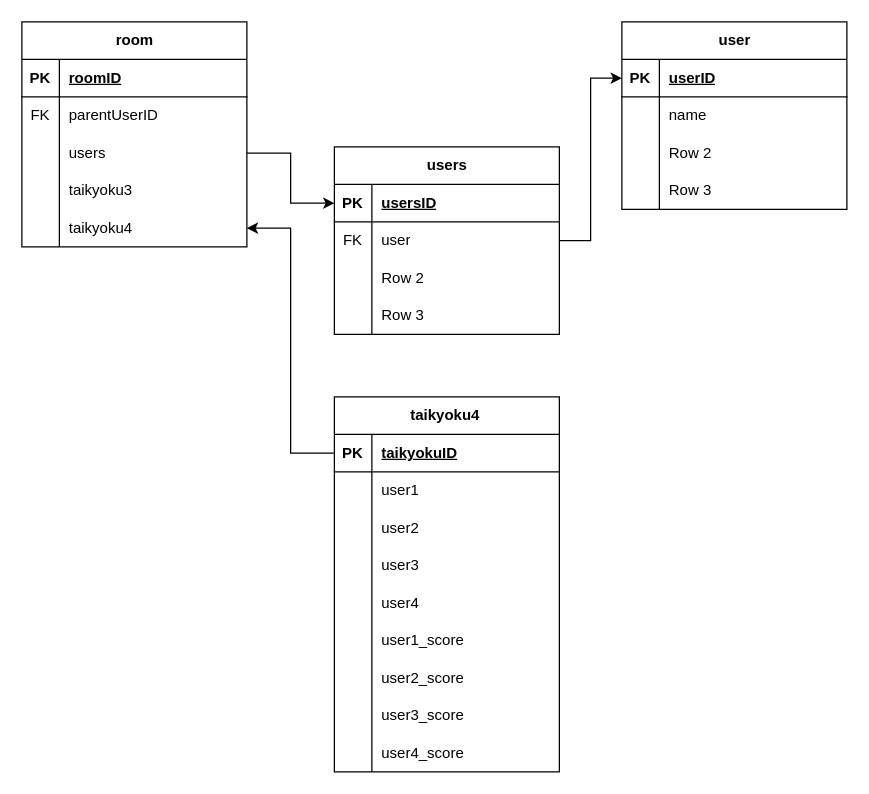
The draw.io diagram PungPals_ER.drawio in kechigon/PungPals, before the edit. Source tidied: cells renumbered, new cells numbered last; positions are measured from the earlier drawing's top-left corner, leaving out a move shared by most shapes. Both pictures are drawn from the tidied source at 125%, with x=0, y=0 at pixel (21, 21).
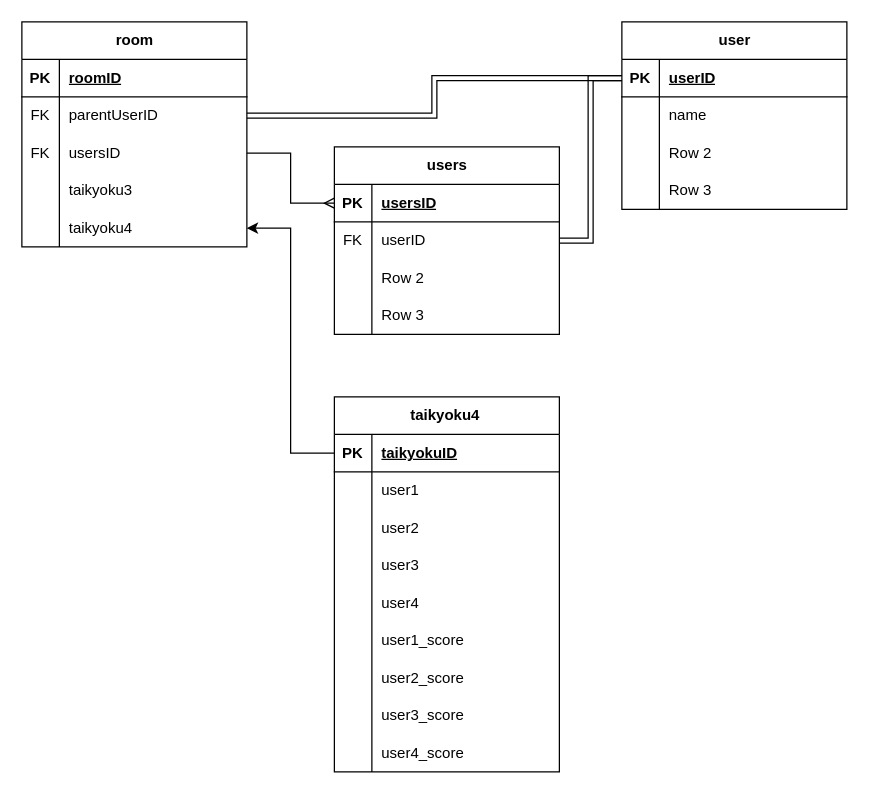
The same page after the edit.

Commit message:
PungPals_ER.drawio を更新します

The change refers to these unchanged cells:
```xml
<mxCell id="6" style="shape=tableRow;horizontal=0;startSize=0;swimlaneHead=0;swimlaneBody=0;fillColor=none;points=[[0,0.5],[1,0.5]];portConstraint=eastwest;top=0;left=0;right=0;bottom=0;" parent="2" vertex="1">
  <mxGeometry y="60" width="180" height="30" as="geometry" />
</mxCell>
<mxCell id="9" style="shape=tableRow;horizontal=0;startSize=0;swimlaneHead=0;swimlaneBody=0;fillColor=none;points=[[0,0.5],[1,0.5]];portConstraint=eastwest;top=0;left=0;right=0;bottom=0;" parent="2" vertex="1">
  <mxGeometry y="90" width="180" height="30" as="geometry" />
</mxCell>
<mxCell id="19" style="shape=tableRow;horizontal=0;startSize=0;swimlaneHead=0;swimlaneBody=0;fillColor=none;points=[[0,0.5],[1,0.5]];portConstraint=eastwest;top=0;left=0;right=0;bottom=1;" parent="18" vertex="1">
  <mxGeometry y="30" width="180" height="30" as="geometry" />
</mxCell>
<mxCell id="22" style="shape=tableRow;horizontal=0;startSize=0;swimlaneHead=0;swimlaneBody=0;fillColor=none;points=[[0,0.5],[1,0.5]];portConstraint=eastwest;top=0;left=0;right=0;bottom=0;" parent="18" vertex="1">
  <mxGeometry y="60" width="180" height="30" as="geometry" />
</mxCell>
<mxCell id="61" style="shape=tableRow;horizontal=0;startSize=0;swimlaneHead=0;swimlaneBody=0;fillColor=none;points=[[0,0.5],[1,0.5]];portConstraint=eastwest;top=0;left=0;right=0;bottom=1;" parent="60" vertex="1">
  <mxGeometry y="30" width="180" height="30" as="geometry" />
</mxCell>
```

What changed in the source:
```diff
@@
-    <mxCell id="10" style="shape=partialRectangle;fillColor=none;top=0;left=0;bottom=0;right=0;overflow=hidden;whiteSpace=wrap;html=1;" parent="9" vertex="1">
+    <mxCell id="10" value="FK" style="shape=partialRectangle;fillColor=none;top=0;left=0;bottom=0;right=0;overflow=hidden;whiteSpace=wrap;html=1;" parent="9" vertex="1">
       <mxGeometry width="30" height="30" as="geometry" />
     </mxCell>
-    <mxCell id="11" value="users" style="shape=partialRectangle;fillColor=none;top=0;left=0;bottom=0;right=0;align=left;spacingLeft=6;overflow=hidden;whiteSpace=wrap;html=1;" parent="9" vertex="1">
+    <mxCell id="11" value="usersID" style="shape=partialRectangle;fillColor=none;top=0;left=0;bottom=0;right=0;align=left;spacingLeft=6;overflow=hidden;whiteSpace=wrap;html=1;" parent="9" vertex="1">
       <mxGeometry x="30" width="150" height="30" as="geometry" />
     </mxCell>
@@
-    <mxCell id="24" value="user" style="shape=partialRectangle;fillColor=none;top=0;left=0;bottom=0;right=0;align=left;spacingLeft=6;overflow=hidden;whiteSpace=wrap;html=1;" parent="22" vertex="1">
+    <mxCell id="24" value="userID" style="shape=partialRectangle;fillColor=none;top=0;left=0;bottom=0;right=0;align=left;spacingLeft=6;overflow=hidden;whiteSpace=wrap;html=1;" parent="22" vertex="1">
       <mxGeometry x="30" width="150" height="30" as="geometry" />
     </mxCell>
@@
-    <mxCell id="73" style="edgeStyle=orthogonalEdgeStyle;rounded=0;jettySize=auto;html=1;entryX=0;entryY=0.5;entryDx=0;entryDy=0;" parent="1" edge="1" source="22" target="61">
+    <mxCell id="73" style="edgeStyle=orthogonalEdgeStyle;rounded=0;jettySize=auto;html=1;entryX=0;entryY=0.5;entryDx=0;entryDy=0;shape=link;" parent="1" edge="1" source="22" target="61">
       <mxGeometry relative="1" as="geometry" />
     </mxCell>
-    <mxCell id="74" style="edgeStyle=orthogonalEdgeStyle;rounded=0;jettySize=auto;html=1;entryX=0;entryY=0.5;entryDx=0;entryDy=0;" parent="1" edge="1" source="9" target="19">
+    <mxCell id="74" style="edgeStyle=orthogonalEdgeStyle;rounded=0;jettySize=auto;html=1;entryX=0;entryY=0.5;entryDx=0;entryDy=0;endArrow=ERmany;endFill=0;" parent="1" edge="1" source="9" target="19">
       <mxGeometry relative="1" as="geometry" />
     </mxCell>
+    <mxCell id="75" style="edgeStyle=orthogonalEdgeStyle;rounded=0;jettySize=auto;html=1;entryX=0;entryY=0.5;entryDx=0;entryDy=0;shape=link;" parent="1" edge="1" source="6" target="61">
+      <mxGeometry relative="1" as="geometry">
+        <Array as="points">
+          <mxPoint x="330" y="75" />
+          <mxPoint x="330" y="45" />
+        </Array>
+      </mxGeometry>
+    </mxCell>
```
